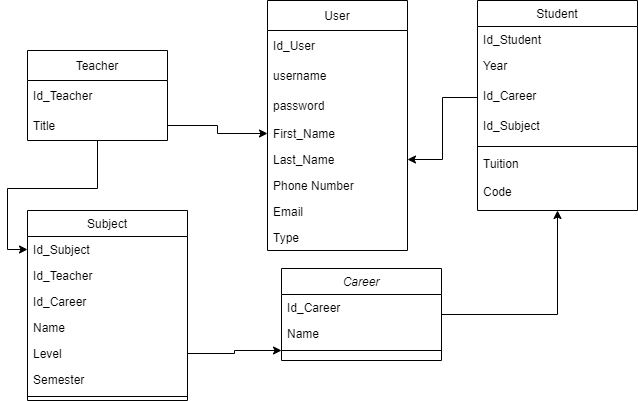
Earlier version of the draw.io export Untitled Diagram.drawio.png (GuilleAlvarado/draw). Source tidied: cells renumbered, new cells last; positions are measured from the earlier drawing's top-left corner, leaving out a move shared by most shapes.
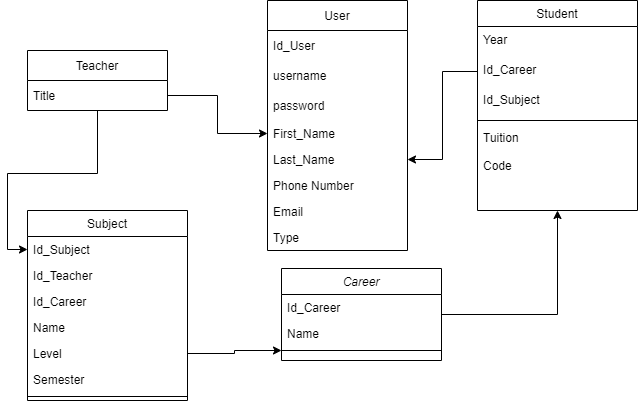
Later version of the same file.

What changed in the source:
```diff
@@ -44,26 +44,23 @@
     <mxCell id="15" value="Student" style="swimlane;fontStyle=0;align=center;verticalAlign=top;horizontal=1;startSize=26;rounded=0;shadow=0;strokeWidth=1;" parent="1" vertex="1">
       <mxGeometry x="450" width="160" height="210" as="geometry" />
     </mxCell>
-    <mxCell id="16" value="Id_Student" style="text;align=left;verticalAlign=top;spacingLeft=4;spacingRight=4;overflow=hidden;" parent="15" vertex="1">
-      <mxGeometry y="26" width="160" height="26" as="geometry" />
-    </mxCell>
     <mxCell id="17" value="Year" style="text;align=left;verticalAlign=top;spacingLeft=4;spacingRight=4;overflow=hidden;rounded=0;shadow=0;html=0;" parent="15" vertex="1">
-      <mxGeometry y="52" width="160" height="30" as="geometry" />
+      <mxGeometry y="26" width="160" height="30" as="geometry" />
     </mxCell>
     <mxCell id="18" value="Id_Career" style="text;align=left;verticalAlign=top;spacingLeft=4;spacingRight=4;overflow=hidden;points=[[0,0.5],[1,0.5]];portConstraint=eastwest;rounded=0;shadow=0;html=0;" parent="15" vertex="1">
-      <mxGeometry y="82" width="160" height="30" as="geometry" />
+      <mxGeometry y="56" width="160" height="30" as="geometry" />
     </mxCell>
     <mxCell id="19" value="Id_Subject" style="text;align=left;verticalAlign=top;spacingLeft=4;spacingRight=4;overflow=hidden;rounded=0;shadow=0;html=0;" parent="15" vertex="1">
-      <mxGeometry y="112" width="160" height="30" as="geometry" />
+      <mxGeometry y="86" width="160" height="30" as="geometry" />
     </mxCell>
     <mxCell id="20" style="line;html=1;strokeWidth=1;align=left;verticalAlign=middle;spacingTop=-1;spacingLeft=3;spacingRight=3;labelPosition=right;" parent="15" vertex="1">
-      <mxGeometry y="142" width="160" height="8" as="geometry" />
+      <mxGeometry y="116" width="160" height="8" as="geometry" />
     </mxCell>
     <mxCell id="21" value="Tuition" style="text;align=left;verticalAlign=top;spacingLeft=4;spacingRight=4;overflow=hidden;" parent="15" vertex="1">
-      <mxGeometry y="150" width="160" height="26" as="geometry" />
+      <mxGeometry y="124" width="160" height="26" as="geometry" />
     </mxCell>
     <mxCell id="22" value="Code" style="text;strokeColor=none;fillColor=none;align=left;verticalAlign=middle;spacingLeft=4;spacingRight=4;overflow=hidden;" parent="15" vertex="1">
-      <mxGeometry y="176" width="160" height="30" as="geometry" />
+      <mxGeometry y="150" width="160" height="30" as="geometry" />
     </mxCell>
     <mxCell id="23" value="User" style="swimlane;fontStyle=0;horizontal=1;startSize=30;" parent="1" vertex="1">
       <mxGeometry x="240" width="140" height="250" as="geometry" />
@@ -96,13 +93,10 @@
       <mxGeometry relative="1" as="geometry" />
     </mxCell>
     <mxCell id="33" value="Teacher" style="swimlane;fontStyle=0;horizontal=1;startSize=30;" parent="1" vertex="1">
-      <mxGeometry y="50" width="140" height="90" as="geometry" />
+      <mxGeometry y="50" width="140" height="60" as="geometry" />
     </mxCell>
-    <mxCell id="34" value="Id_Teacher" style="text;strokeColor=none;fillColor=none;align=left;verticalAlign=middle;spacingLeft=4;spacingRight=4;overflow=hidden;" parent="33" vertex="1">
-      <mxGeometry y="30" width="140" height="30" as="geometry" />
-    </mxCell>
     <mxCell id="35" value="Title" style="text;strokeColor=none;fillColor=none;align=left;verticalAlign=middle;spacingLeft=4;spacingRight=4;overflow=hidden;points=[[0,0.5],[1,0.5]];portConstraint=eastwest;" parent="33" vertex="1">
-      <mxGeometry y="60" width="140" height="30" as="geometry" />
+      <mxGeometry y="30" width="140" height="30" as="geometry" />
     </mxCell>
     <mxCell id="36" style="edgeStyle=orthogonalEdgeStyle;rounded=0;jettySize=auto;html=1;" parent="1" edge="1" source="35" target="27">
       <mxGeometry relative="1" as="geometry" />
```
